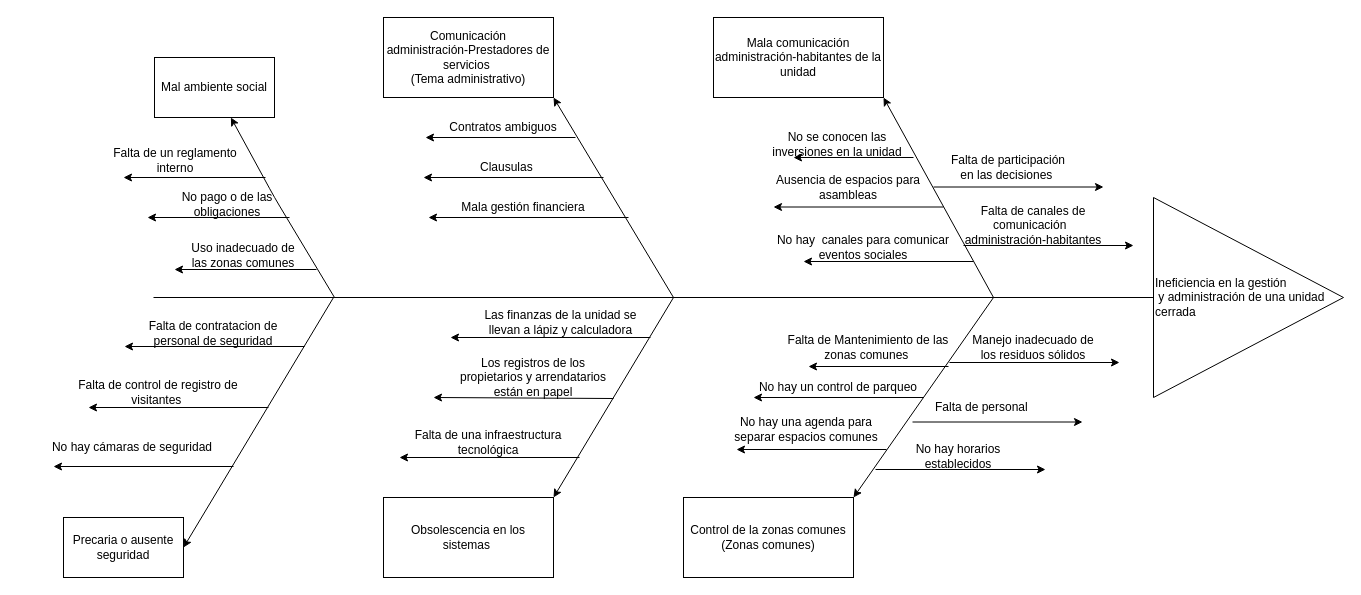
mnivia/Administracion-unidades-cerradas keeps this draw.io diagram as Fishbone.drawio. Above is the earlier version. Source tidied: cells renumbered, new cells numbered last; positions are measured from the earlier drawing's top-left corner, leaving out a move shared by most shapes. Both pictures are drawn from the tidied source at 100%, with x=0, y=0 at pixel (17, 17).
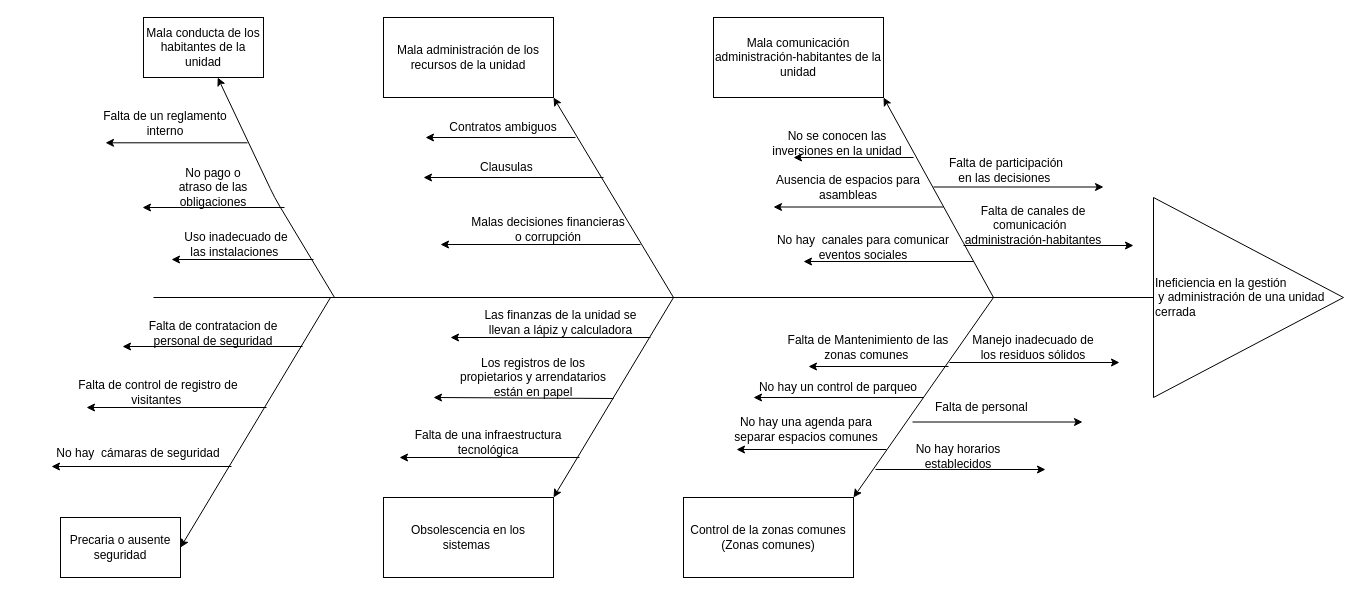
Above is the later version.

Diff of the diagram source:
```diff
@@
     <mxCell id="11" style="endArrow=classic;html=1;" parent="1" edge="1">
       <mxGeometry relative="1" as="geometry">
-        <mxPoint x="248" y="160" as="sourcePoint" />
-        <mxPoint x="106" y="160" as="targetPoint" />
+        <mxPoint x="230" y="125.3" as="sourcePoint" />
+        <mxPoint x="88" y="125.3" as="targetPoint" />
       </mxGeometry>
     </mxCell>
@@
-    <mxCell id="18" value="Mala gestión financiera" style="text;html=1;strokeColor=none;fillColor=none;align=center;verticalAlign=middle;whiteSpace=wrap;rounded=0;" parent="1" vertex="1">
-      <mxGeometry x="426" y="180" width="160" height="20" as="geometry" />
+    <mxCell id="18" value="Malas decisiones financieras o corrupción" style="text;html=1;strokeColor=none;fillColor=none;align=center;verticalAlign=middle;whiteSpace=wrap;rounded=0;" parent="1" vertex="1">
+      <mxGeometry x="451" y="202" width="160" height="20" as="geometry" />
     </mxCell>
@@
     <mxCell id="20" style="endArrow=classic;html=1;" parent="1" edge="1">
       <mxGeometry relative="1" as="geometry">
-        <mxPoint x="611" y="200" as="sourcePoint" />
-        <mxPoint x="411" y="200" as="targetPoint" />
+        <mxPoint x="623" y="227" as="sourcePoint" />
+        <mxPoint x="423" y="227" as="targetPoint" />
       </mxGeometry>
     </mxCell>
@@
-    <mxCell id="33" value="Comunicación&lt;br&gt;administración-Prestadores de servicios&amp;nbsp;&lt;br&gt;(Tema administrativo)" style="rounded=0;whiteSpace=wrap;html=1;" parent="1" vertex="1">
+    <mxCell id="33" value="Mala administración de los recursos de la unidad" style="rounded=0;whiteSpace=wrap;html=1;" parent="1" vertex="1">
       <mxGeometry x="366" width="170" height="80" as="geometry" />
     </mxCell>
@@
     <mxCell id="37" style="endArrow=classic;html=1;" parent="1" edge="1">
       <mxGeometry relative="1" as="geometry">
-        <mxPoint x="316" y="280" as="sourcePoint" />
-        <mxPoint x="166" y="530" as="targetPoint" />
+        <mxPoint x="313" y="280" as="sourcePoint" />
+        <mxPoint x="163" y="530" as="targetPoint" />
       </mxGeometry>
     </mxCell>
     <mxCell id="38" style="endArrow=classic;html=1;" parent="1" edge="1">
       <mxGeometry relative="1" as="geometry">
-        <mxPoint x="287" y="329" as="sourcePoint" />
-        <mxPoint x="107" y="329" as="targetPoint" />
+        <mxPoint x="285" y="329" as="sourcePoint" />
+        <mxPoint x="105" y="329" as="targetPoint" />
       </mxGeometry>
     </mxCell>
     <mxCell id="39" style="endArrow=classic;html=1;" parent="1" edge="1">
       <mxGeometry relative="1" as="geometry">
-        <mxPoint x="251" y="390" as="sourcePoint" />
-        <mxPoint x="71" y="390" as="targetPoint" />
+        <mxPoint x="249" y="390" as="sourcePoint" />
+        <mxPoint x="69" y="390" as="targetPoint" />
       </mxGeometry>
     </mxCell>
     <mxCell id="40" style="endArrow=classic;html=1;" parent="1" edge="1">
       <mxGeometry relative="1" as="geometry">
-        <mxPoint x="216" y="449" as="sourcePoint" />
-        <mxPoint x="36" y="449" as="targetPoint" />
+        <mxPoint x="214" y="449" as="sourcePoint" />
+        <mxPoint x="34" y="449" as="targetPoint" />
       </mxGeometry>
     </mxCell>
     <mxCell id="41" value="Falta de participación en las decisiones&amp;nbsp;" style="text;html=1;strokeColor=none;fillColor=none;align=center;verticalAlign=middle;whiteSpace=wrap;rounded=0;" parent="1" vertex="1">
-      <mxGeometry x="931" y="140" width="120" height="20" as="geometry" />
+      <mxGeometry x="929" y="143" width="120" height="20" as="geometry" />
     </mxCell>
     <mxCell id="42" value="Precaria o ausente seguridad" style="rounded=0;whiteSpace=wrap;html=1;" parent="1" vertex="1">
-      <mxGeometry x="46" y="500" width="120" height="60" as="geometry" />
+      <mxGeometry x="43" y="500" width="120" height="60" as="geometry" />
     </mxCell>
-    <mxCell id="43" value="No hay cámaras de seguridad" style="text;html=1;strokeColor=none;fillColor=none;align=center;verticalAlign=middle;whiteSpace=wrap;rounded=0;" parent="1" vertex="1">
-      <mxGeometry y="420" width="230" height="20" as="geometry" />
+    <mxCell id="43" value="No hay&amp;nbsp; cámaras de seguridad" style="text;html=1;strokeColor=none;fillColor=none;align=center;verticalAlign=middle;whiteSpace=wrap;rounded=0;" parent="1" vertex="1">
+      <mxGeometry x="6" y="426" width="230" height="20" as="geometry" />
     </mxCell>
@@
     <mxCell id="47" value="No se conocen las inversiones en la unidad" style="text;html=1;strokeColor=none;fillColor=none;align=center;verticalAlign=middle;whiteSpace=wrap;rounded=0;" parent="1" vertex="1">
-      <mxGeometry x="745" y="117" width="150" height="20" as="geometry" />
+      <mxGeometry x="745" y="116" width="150" height="20" as="geometry" />
     </mxCell>
@@
-    <mxCell id="53" value="Mal ambiente social" style="rounded=0;whiteSpace=wrap;html=1;" parent="1" vertex="1">
-      <mxGeometry x="137" y="40" width="120" height="60" as="geometry" />
+    <mxCell id="53" value="Mala conducta de los habitantes de la unidad" style="rounded=0;whiteSpace=wrap;html=1;" parent="1" vertex="1">
+      <mxGeometry x="126" width="120" height="60" as="geometry" />
     </mxCell>
     <mxCell id="54" value="Falta de un reglamento interno" style="text;html=1;strokeColor=none;fillColor=none;align=center;verticalAlign=middle;whiteSpace=wrap;rounded=0;" parent="1" vertex="1">
-      <mxGeometry x="86" y="133" width="144" height="20" as="geometry" />
+      <mxGeometry x="76" y="96" width="144" height="20" as="geometry" />
     </mxCell>
     <mxCell id="55" style="endArrow=classic;html=1;" parent="1" edge="1">
       <mxGeometry relative="1" as="geometry">
-        <mxPoint x="272" y="200" as="sourcePoint" />
-        <mxPoint x="130" y="200" as="targetPoint" />
+        <mxPoint x="267" y="190" as="sourcePoint" />
+        <mxPoint x="125" y="190" as="targetPoint" />
       </mxGeometry>
     </mxCell>
-    <mxCell id="56" value="No pago o de las obligaciones" style="text;html=1;strokeColor=none;fillColor=none;align=center;verticalAlign=middle;whiteSpace=wrap;rounded=0;" parent="1" vertex="1">
-      <mxGeometry x="163" y="177" width="94" height="20" as="geometry" />
+    <mxCell id="56" value="No pago o atraso de las obligaciones" style="text;html=1;strokeColor=none;fillColor=none;align=center;verticalAlign=middle;whiteSpace=wrap;rounded=0;" parent="1" vertex="1">
+      <mxGeometry x="149" y="160" width="94" height="20" as="geometry" />
     </mxCell>
     <mxCell id="57" style="endArrow=classic;html=1;" parent="1" edge="1">
       <mxGeometry relative="1" as="geometry">
-        <mxPoint x="299" y="252" as="sourcePoint" />
-        <mxPoint x="157" y="252" as="targetPoint" />
+        <mxPoint x="296" y="242" as="sourcePoint" />
+        <mxPoint x="154" y="242" as="targetPoint" />
       </mxGeometry>
     </mxCell>
-    <mxCell id="58" value="Uso inadecuado de las zonas comunes" style="text;html=1;strokeColor=none;fillColor=none;align=center;verticalAlign=middle;whiteSpace=wrap;rounded=0;" parent="1" vertex="1">
-      <mxGeometry x="166" y="228" width="120" height="20" as="geometry" />
+    <mxCell id="58" value="Uso inadecuado de las instalaciones&amp;nbsp;" style="text;html=1;strokeColor=none;fillColor=none;align=center;verticalAlign=middle;whiteSpace=wrap;rounded=0;" parent="1" vertex="1">
+      <mxGeometry x="159" y="217" width="120" height="20" as="geometry" />
     </mxCell>
```
